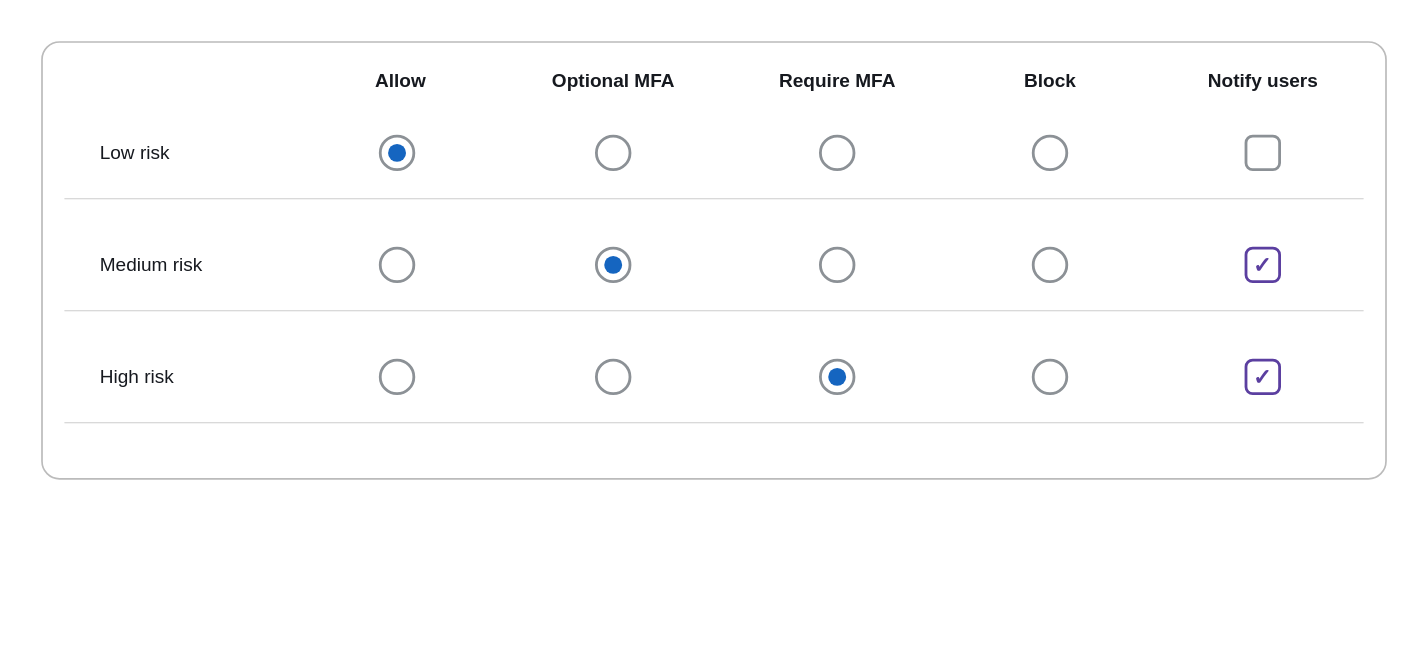
Before: scripts/sec-eng-aws/diagrams/src/m03-cognito-adaptive-auth-risk.drawio in schinchli/katalyst-lms-web, a draw.io diagram. Source tidied: cells renumbered, new cells numbered last; positions are measured from the earlier drawing's top-left corner, leaving out a move shared by most shapes. Both pictures are drawn from the tidied source at 112%, with x=0, y=0 at pixel (41, 41).
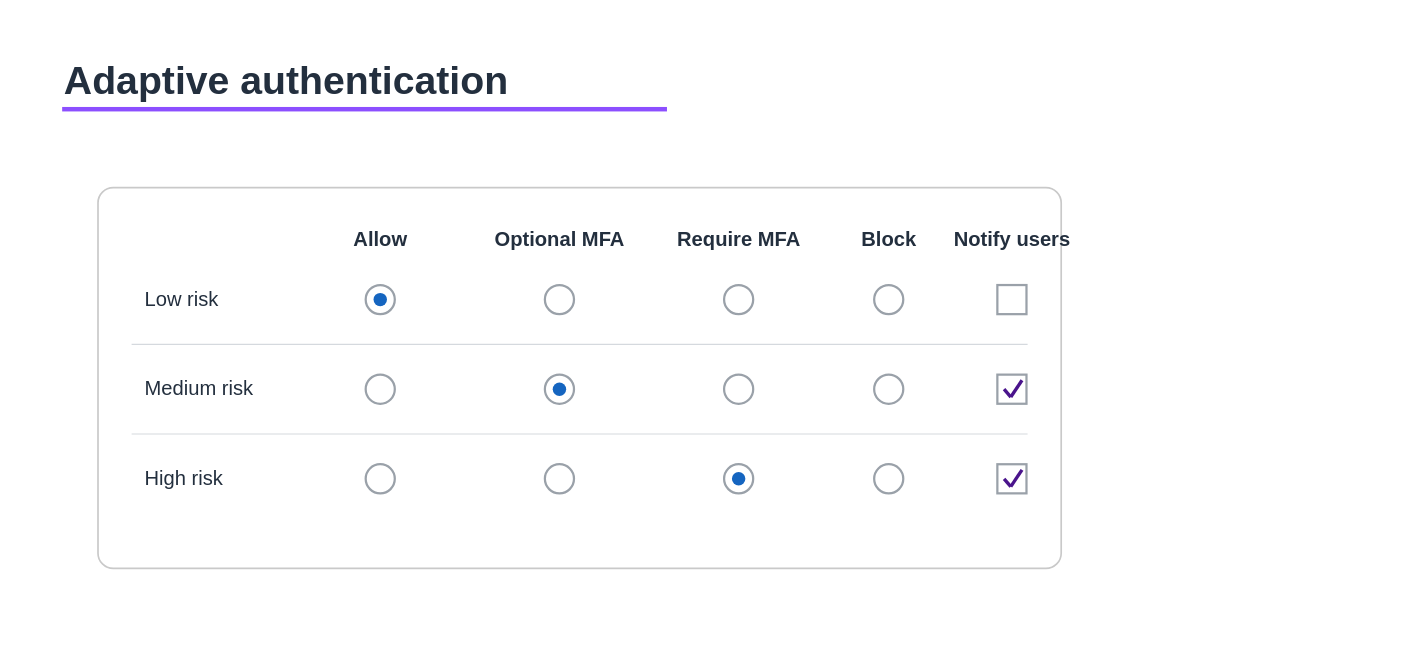
After the change.

What changed in the source:
```diff
@@
+    <mxCell id="32" style="rounded=0;whiteSpace=wrap;html=1;fillColor=#FFFFFF;strokeColor=none;" parent="1" vertex="1">
+      <mxGeometry x="-20" y="-20" width="1000" height="562" as="geometry" />
+    </mxCell>
+    <mxCell id="33" value="Adaptive authentication" style="text;html=1;align=left;verticalAlign=middle;fontSize=35;fontFamily=Amazon Ember;fontColor=#232F3E;fontStyle=1;" parent="1" vertex="1">
+      <mxGeometry x="18" y="10" width="760" height="48" as="geometry" />
+    </mxCell>
+    <mxCell id="34" style="rounded=0;html=1;fillColor=#8C4FFF;strokeColor=none;" parent="1" vertex="1">
+      <mxGeometry x="18" y="58" width="540" height="4" as="geometry" />
+    </mxCell>
-    <mxCell id="2" style="rounded=1;whiteSpace=wrap;html=1;fillColor=#FFFFFF;strokeColor=#BBBBBB;strokeWidth=1.5;arcSize=4;" parent="1" vertex="1">
-      <mxGeometry width="1200" height="390" as="geometry" />
+    <mxCell id="2" style="rounded=1;arcSize=4;html=1;fillColor=#FFFFFF;strokeColor=#C9C9C9;strokeWidth=1.5;" parent="1" vertex="1">
+      <mxGeometry x="50" y="130" width="860" height="340" as="geometry" />
     </mxCell>
-    <mxCell id="3" value="Allow" style="text;html=1;align=center;verticalAlign=middle;fontSize=17;fontStyle=1;fontColor=#16191F;" parent="1" vertex="1">
-      <mxGeometry x="240" y="16" width="160" height="40" as="geometry" />
+    <mxCell id="3" value="Allow" style="text;html=1;align=center;verticalAlign=middle;fontSize=18;fontFamily=Amazon Ember;fontColor=#232F3E;fontStyle=1;" parent="1" vertex="1">
+      <mxGeometry x="212" y="164" width="180" height="26" as="geometry" />
     </mxCell>
-    <mxCell id="4" value="Optional MFA" style="text;html=1;align=center;verticalAlign=middle;fontSize=17;fontStyle=1;fontColor=#16191F;" parent="1" vertex="1">
-      <mxGeometry x="420" y="16" width="180" height="40" as="geometry" />
+    <mxCell id="4" value="Optional MFA" style="text;html=1;align=center;verticalAlign=middle;fontSize=18;fontFamily=Amazon Ember;fontColor=#232F3E;fontStyle=1;" parent="1" vertex="1">
+      <mxGeometry x="372" y="164" width="180" height="26" as="geometry" />
     </mxCell>
-    <mxCell id="5" value="Require MFA" style="text;html=1;align=center;verticalAlign=middle;fontSize=17;fontStyle=1;fontColor=#16191F;" parent="1" vertex="1">
-      <mxGeometry x="620" y="16" width="180" height="40" as="geometry" />
+    <mxCell id="5" value="Require MFA" style="text;html=1;align=center;verticalAlign=middle;fontSize=18;fontFamily=Amazon Ember;fontColor=#232F3E;fontStyle=1;" parent="1" vertex="1">
+      <mxGeometry x="532" y="164" width="180" height="26" as="geometry" />
     </mxCell>
-    <mxCell id="6" value="Block" style="text;html=1;align=center;verticalAlign=middle;fontSize=17;fontStyle=1;fontColor=#16191F;" parent="1" vertex="1">
-      <mxGeometry x="820" y="16" width="160" height="40" as="geometry" />
+    <mxCell id="6" value="Block" style="text;html=1;align=center;verticalAlign=middle;fontSize=18;fontFamily=Amazon Ember;fontColor=#232F3E;fontStyle=1;" parent="1" vertex="1">
+      <mxGeometry x="666" y="164" width="180" height="26" as="geometry" />
     </mxCell>
-    <mxCell id="7" value="Notify users" style="text;html=1;align=center;verticalAlign=middle;fontSize=17;fontStyle=1;fontColor=#16191F;" parent="1" vertex="1">
-      <mxGeometry x="1000" y="16" width="180" height="40" as="geometry" />
+    <mxCell id="7" value="Notify users" style="text;html=1;align=center;verticalAlign=middle;fontSize=18;fontFamily=Amazon Ember;fontColor=#232F3E;fontStyle=1;" parent="1" vertex="1">
+      <mxGeometry x="776" y="164" width="180" height="26" as="geometry" />
     </mxCell>
-    <mxCell id="8" value="Low risk" style="text;html=1;align=left;verticalAlign=middle;fontSize=17;fontColor=#16191F;" parent="1" vertex="1">
-      <mxGeometry x="50" y="80" width="180" height="40" as="geometry" />
+    <mxCell id="8" value="Low risk" style="text;html=1;align=left;verticalAlign=middle;fontSize=18;fontFamily=Amazon Ember;fontColor=#232F3E;" parent="1" vertex="1">
+      <mxGeometry x="90" y="216" width="130" height="28" as="geometry" />
     </mxCell>
-    <mxCell id="9" value="Medium risk" style="text;html=1;align=left;verticalAlign=middle;fontSize=17;fontColor=#16191F;" parent="1" vertex="1">
-      <mxGeometry x="50" y="180" width="180" height="40" as="geometry" />
+    <mxCell id="9" value="Medium risk" style="text;html=1;align=left;verticalAlign=middle;fontSize=18;fontFamily=Amazon Ember;fontColor=#232F3E;" parent="1" vertex="1">
+      <mxGeometry x="90" y="296" width="130" height="28" as="geometry" />
     </mxCell>
+    <mxCell id="35" style="endArrow=none;startArrow=none;html=1;rounded=0;strokeColor=#D5D9DE;strokeWidth=1;" parent="1" edge="1">
+      <mxGeometry relative="1" as="geometry">
+        <mxPoint x="80" y="270" as="sourcePoint" />
+        <mxPoint x="880" y="270" as="targetPoint" />
+      </mxGeometry>
+    </mxCell>
-    <mxCell id="10" value="High risk" style="text;html=1;align=left;verticalAlign=middle;fontSize=17;fontColor=#16191F;" parent="1" vertex="1">
-      <mxGeometry x="50" y="280" width="180" height="40" as="geometry" />
+    <mxCell id="10" value="High risk" style="text;html=1;align=left;verticalAlign=middle;fontSize=18;fontFamily=Amazon Ember;fontColor=#232F3E;" parent="1" vertex="1">
+      <mxGeometry x="90" y="376" width="130" height="28" as="geometry" />
     </mxCell>
-    <mxCell id="11" style="endArrow=none;html=1;strokeColor=#CCCCCC;strokeWidth=1;" parent="1" edge="1">
-      <mxGeometry relative="1" as="geometry">
-        <mxPoint x="20" y="140" as="sourcePoint" />
-        <mxPoint x="1180" y="140" as="targetPoint" />
-      </mxGeometry>
-    </mxCell>
-    <mxCell id="12" style="endArrow=none;html=1;strokeColor=#CCCCCC;strokeWidth=1;" parent="1" edge="1">
-      <mxGeometry relative="1" as="geometry">
-        <mxPoint x="20" y="240" as="sourcePoint" />
-        <mxPoint x="1180" y="240" as="targetPoint" />
-      </mxGeometry>
-    </mxCell>
-    <mxCell id="13" style="endArrow=none;html=1;strokeColor=#CCCCCC;strokeWidth=1;" parent="1" edge="1">
-      <mxGeometry relative="1" as="geometry">
-        <mxPoint x="20" y="340" as="sourcePoint" />
-        <mxPoint x="1180" y="340" as="targetPoint" />
-      </mxGeometry>
-    </mxCell>
-    <mxCell id="14" style="ellipse;whiteSpace=wrap;html=1;fillColor=#FFFFFF;strokeColor=#8C9196;strokeWidth=2.5;" parent="1" vertex="1">
-      <mxGeometry x="302" y="84" width="30" height="30" as="geometry" />
-    </mxCell>
-    <mxCell id="15" style="ellipse;whiteSpace=wrap;html=1;fillColor=#1565C0;strokeColor=none;" parent="1" vertex="1">
-      <mxGeometry x="309" y="91" width="16" height="16" as="geometry" />
-    </mxCell>
-    <mxCell id="16" style="ellipse;whiteSpace=wrap;html=1;fillColor=#FFFFFF;strokeColor=#8C9196;strokeWidth=2.5;" parent="1" vertex="1">
-      <mxGeometry x="495" y="84" width="30" height="30" as="geometry" />
-    </mxCell>
-    <mxCell id="17" style="ellipse;whiteSpace=wrap;html=1;fillColor=#FFFFFF;strokeColor=#8C9196;strokeWidth=2.5;" parent="1" vertex="1">
-      <mxGeometry x="695" y="84" width="30" height="30" as="geometry" />
-    </mxCell>
-    <mxCell id="18" style="ellipse;whiteSpace=wrap;html=1;fillColor=#FFFFFF;strokeColor=#8C9196;strokeWidth=2.5;" parent="1" vertex="1">
-      <mxGeometry x="885" y="84" width="30" height="30" as="geometry" />
-    </mxCell>
-    <mxCell id="19" style="rounded=1;whiteSpace=wrap;html=1;fillColor=#FFFFFF;strokeColor=#8C9196;strokeWidth=2.5;arcSize=20;" parent="1" vertex="1">
-      <mxGeometry x="1075" y="84" width="30" height="30" as="geometry" />
-    </mxCell>
-    <mxCell id="20" style="ellipse;whiteSpace=wrap;html=1;fillColor=#FFFFFF;strokeColor=#8C9196;strokeWidth=2.5;" parent="1" vertex="1">
-      <mxGeometry x="302" y="184" width="30" height="30" as="geometry" />
-    </mxCell>
-    <mxCell id="21" style="ellipse;whiteSpace=wrap;html=1;fillColor=#FFFFFF;strokeColor=#8C9196;strokeWidth=2.5;" parent="1" vertex="1">
-      <mxGeometry x="495" y="184" width="30" height="30" as="geometry" />
-    </mxCell>
-    <mxCell id="22" style="ellipse;whiteSpace=wrap;html=1;fillColor=#1565C0;strokeColor=none;" parent="1" vertex="1">
-      <mxGeometry x="502" y="191" width="16" height="16" as="geometry" />
-    </mxCell>
-    <mxCell id="23" style="ellipse;whiteSpace=wrap;html=1;fillColor=#FFFFFF;strokeColor=#8C9196;strokeWidth=2.5;" parent="1" vertex="1">
-      <mxGeometry x="695" y="184" width="30" height="30" as="geometry" />
-    </mxCell>
-    <mxCell id="24" style="ellipse;whiteSpace=wrap;html=1;fillColor=#FFFFFF;strokeColor=#8C9196;strokeWidth=2.5;" parent="1" vertex="1">
-      <mxGeometry x="885" y="184" width="30" height="30" as="geometry" />
-    </mxCell>
-    <mxCell id="25" value="✓" style="rounded=1;whiteSpace=wrap;html=1;fillColor=#FFFFFF;strokeColor=#5B3FA0;strokeWidth=2.5;arcSize=20;fontColor=#5B3FA0;fontSize=20;fontStyle=1;" parent="1" vertex="1">
-      <mxGeometry x="1075" y="184" width="30" height="30" as="geometry" />
-    </mxCell>
-    <mxCell id="26" style="ellipse;whiteSpace=wrap;html=1;fillColor=#FFFFFF;strokeColor=#8C9196;strokeWidth=2.5;" parent="1" vertex="1">
-      <mxGeometry x="302" y="284" width="30" height="30" as="geometry" />
-    </mxCell>
-    <mxCell id="27" style="ellipse;whiteSpace=wrap;html=1;fillColor=#FFFFFF;strokeColor=#8C9196;strokeWidth=2.5;" parent="1" vertex="1">
-      <mxGeometry x="495" y="284" width="30" height="30" as="geometry" />
-    </mxCell>
-    <mxCell id="28" style="ellipse;whiteSpace=wrap;html=1;fillColor=#FFFFFF;strokeColor=#8C9196;strokeWidth=2.5;" parent="1" vertex="1">
-      <mxGeometry x="695" y="284" width="30" height="30" as="geometry" />
-    </mxCell>
-    <mxCell id="29" style="ellipse;whiteSpace=wrap;html=1;fillColor=#1565C0;strokeColor=none;" parent="1" vertex="1">
-      <mxGeometry x="702" y="291" width="16" height="16" as="geometry" />
-    </mxCell>
-    <mxCell id="30" style="ellipse;whiteSpace=wrap;html=1;fillColor=#FFFFFF;strokeColor=#8C9196;strokeWidth=2.5;" parent="1" vertex="1">
-      <mxGeometry x="885" y="284" width="30" height="30" as="geometry" />
-    </mxCell>
-    <mxCell id="31" value="✓" style="rounded=1;whiteSpace=wrap;html=1;fillColor=#FFFFFF;strokeColor=#5B3FA0;strokeWidth=2.5;arcSize=20;fontColor=#5B3FA0;fontSize=20;fontStyle=1;" parent="1" vertex="1">
-      <mxGeometry x="1075" y="284" width="30" height="30" as="geometry" />
-    </mxCell>
+    <mxCell id="36" style="endArrow=none;startArrow=none;html=1;rounded=0;strokeColor=#D5D9DE;strokeWidth=1;" parent="1" edge="1">
+      <mxGeometry relative="1" as="geometry">
+        <mxPoint x="80" y="350" as="sourcePoint" />
+        <mxPoint x="880" y="350" as="targetPoint" />
+      </mxGeometry>
+    </mxCell>
+    <mxCell id="37" style="ellipse;html=1;fillColor=#FFFFFF;strokeColor=#9AA1A9;strokeWidth=2;" parent="1" vertex="1">
+      <mxGeometry x="289" y="217" width="26" height="26" as="geometry" />
+    </mxCell>
+    <mxCell id="38" style="ellipse;html=1;fillColor=#1565C0;strokeColor=none;" parent="1" vertex="1">
+      <mxGeometry x="296" y="224" width="12" height="12" as="geometry" />
+    </mxCell>
+    <mxCell id="39" style="ellipse;html=1;fillColor=#FFFFFF;strokeColor=#9AA1A9;strokeWidth=2;" parent="1" vertex="1">
+      <mxGeometry x="449" y="217" width="26" height="26" as="geometry" />
+    </mxCell>
+    <mxCell id="40" style="ellipse;html=1;fillColor=#FFFFFF;strokeColor=#9AA1A9;strokeWidth=2;" parent="1" vertex="1">
+      <mxGeometry x="609" y="217" width="26" height="26" as="geometry" />
+    </mxCell>
+    <mxCell id="41" style="ellipse;html=1;fillColor=#FFFFFF;strokeColor=#9AA1A9;strokeWidth=2;" parent="1" vertex="1">
+      <mxGeometry x="743" y="217" width="26" height="26" as="geometry" />
+    </mxCell>
+    <mxCell id="42" style="rounded=0;html=1;fillColor=#FFFFFF;strokeColor=#9AA1A9;strokeWidth=2;" parent="1" vertex="1">
+      <mxGeometry x="853" y="217" width="26" height="26" as="geometry" />
+    </mxCell>
+    <mxCell id="43" style="ellipse;html=1;fillColor=#FFFFFF;strokeColor=#9AA1A9;strokeWidth=2;" parent="1" vertex="1">
+      <mxGeometry x="289" y="297" width="26" height="26" as="geometry" />
+    </mxCell>
+    <mxCell id="44" style="ellipse;html=1;fillColor=#FFFFFF;strokeColor=#9AA1A9;strokeWidth=2;" parent="1" vertex="1">
+      <mxGeometry x="449" y="297" width="26" height="26" as="geometry" />
+    </mxCell>
+    <mxCell id="45" style="ellipse;html=1;fillColor=#1565C0;strokeColor=none;" parent="1" vertex="1">
+      <mxGeometry x="456" y="304" width="12" height="12" as="geometry" />
+    </mxCell>
+    <mxCell id="46" style="ellipse;html=1;fillColor=#FFFFFF;strokeColor=#9AA1A9;strokeWidth=2;" parent="1" vertex="1">
+      <mxGeometry x="609" y="297" width="26" height="26" as="geometry" />
+    </mxCell>
+    <mxCell id="47" style="ellipse;html=1;fillColor=#FFFFFF;strokeColor=#9AA1A9;strokeWidth=2;" parent="1" vertex="1">
+      <mxGeometry x="743" y="297" width="26" height="26" as="geometry" />
+    </mxCell>
+    <mxCell id="48" style="rounded=0;html=1;fillColor=#FFFFFF;strokeColor=#9AA1A9;strokeWidth=2;" parent="1" vertex="1">
+      <mxGeometry x="853" y="297" width="26" height="26" as="geometry" />
+    </mxCell>
+    <mxCell id="49" style="endArrow=none;startArrow=none;html=1;rounded=0;strokeColor=#4A148C;strokeWidth=3;" parent="1" edge="1">
+      <mxGeometry relative="1" as="geometry">
+        <mxPoint x="859" y="310" as="sourcePoint" />
+        <mxPoint x="865" y="317" as="targetPoint" />
+      </mxGeometry>
+    </mxCell>
+    <mxCell id="50" style="endArrow=none;startArrow=none;html=1;rounded=0;strokeColor=#4A148C;strokeWidth=3;" parent="1" edge="1">
+      <mxGeometry relative="1" as="geometry">
+        <mxPoint x="865" y="317" as="sourcePoint" />
+        <mxPoint x="875" y="302" as="targetPoint" />
+      </mxGeometry>
+    </mxCell>
+    <mxCell id="51" style="ellipse;html=1;fillColor=#FFFFFF;strokeColor=#9AA1A9;strokeWidth=2;" parent="1" vertex="1">
+      <mxGeometry x="289" y="377" width="26" height="26" as="geometry" />
+    </mxCell>
+    <mxCell id="52" style="ellipse;html=1;fillColor=#FFFFFF;strokeColor=#9AA1A9;strokeWidth=2;" parent="1" vertex="1">
+      <mxGeometry x="449" y="377" width="26" height="26" as="geometry" />
+    </mxCell>
+    <mxCell id="53" style="ellipse;html=1;fillColor=#FFFFFF;strokeColor=#9AA1A9;strokeWidth=2;" parent="1" vertex="1">
+      <mxGeometry x="609" y="377" width="26" height="26" as="geometry" />
+    </mxCell>
+    <mxCell id="54" style="ellipse;html=1;fillColor=#1565C0;strokeColor=none;" parent="1" vertex="1">
+      <mxGeometry x="616" y="384" width="12" height="12" as="geometry" />
+    </mxCell>
+    <mxCell id="55" style="ellipse;html=1;fillColor=#FFFFFF;strokeColor=#9AA1A9;strokeWidth=2;" parent="1" vertex="1">
+      <mxGeometry x="743" y="377" width="26" height="26" as="geometry" />
+    </mxCell>
+    <mxCell id="56" style="rounded=0;html=1;fillColor=#FFFFFF;strokeColor=#9AA1A9;strokeWidth=2;" parent="1" vertex="1">
+      <mxGeometry x="853" y="377" width="26" height="26" as="geometry" />
+    </mxCell>
+    <mxCell id="57" style="endArrow=none;startArrow=none;html=1;rounded=0;strokeColor=#4A148C;strokeWidth=3;" parent="1" edge="1">
+      <mxGeometry relative="1" as="geometry">
+        <mxPoint x="859" y="390" as="sourcePoint" />
+        <mxPoint x="865" y="397" as="targetPoint" />
+      </mxGeometry>
+    </mxCell>
+    <mxCell id="58" style="endArrow=none;startArrow=none;html=1;rounded=0;strokeColor=#4A148C;strokeWidth=3;" parent="1" edge="1">
+      <mxGeometry relative="1" as="geometry">
+        <mxPoint x="865" y="397" as="sourcePoint" />
+        <mxPoint x="875" y="382" as="targetPoint" />
+      </mxGeometry>
+    </mxCell>
```
